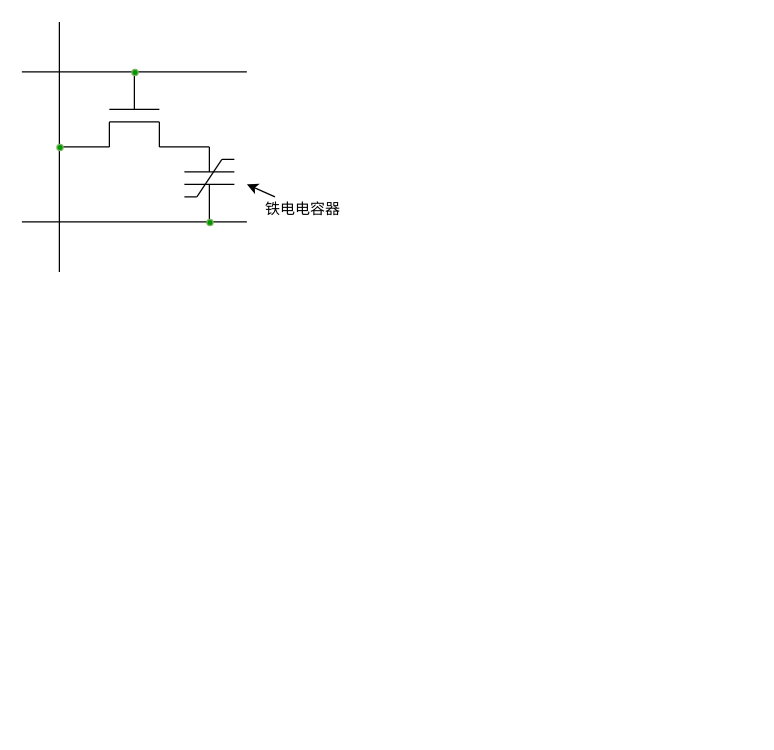
Before: FeRAM.drawio in jinkailu/picture, a draw.io diagram. Source tidied: cells renumbered, new cells numbered last; positions are measured from the earlier drawing's top-left corner, leaving out a move shared by most shapes. Both pictures are drawn from the tidied source at 125%, with x=0, y=0 at pixel (21, 21).
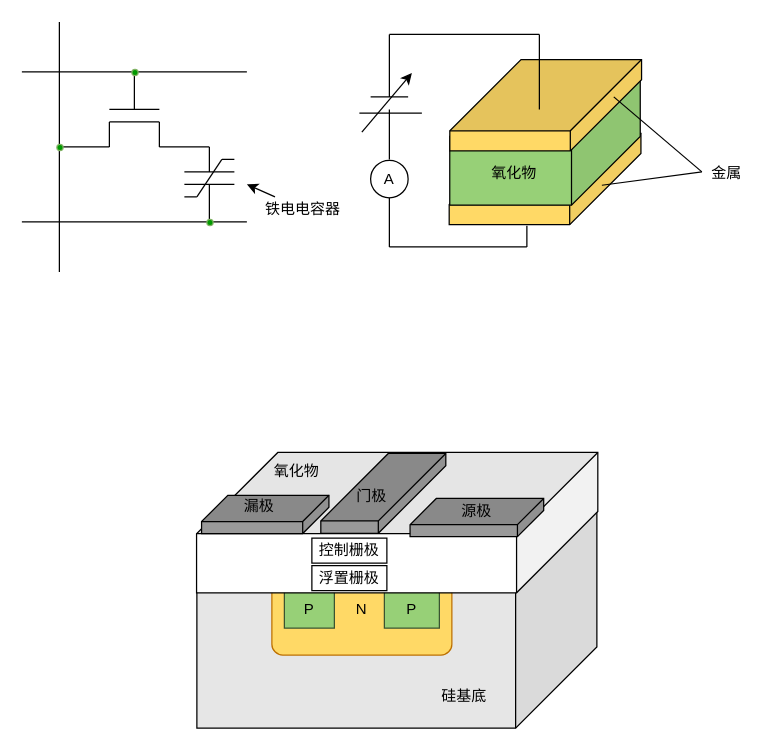
After the change.

Change to the diagram source:
```diff
@@
+    <mxCell id="25" style="group;" parent="1" vertex="1">
+      <mxGeometry x="270" y="10" width="314" height="170" as="geometry" />
+    </mxCell>
+    <mxCell id="26" style="shape=cube;whiteSpace=wrap;html=1;boundedLbl=1;backgroundOutline=1;darkOpacity=0.05;darkOpacity2=0.1;rotation=90;size=57;fillColor=#FFD966;" parent="25" vertex="1">
+      <mxGeometry x="112" y="39" width="73.1" height="153.4" as="geometry" />
+    </mxCell>
+    <mxCell id="27" style="shape=cube;whiteSpace=wrap;html=1;boundedLbl=1;backgroundOutline=1;darkOpacity=0.05;darkOpacity2=0.1;rotation=90;size=55;fillColor=#97D077;" parent="25" vertex="1">
+      <mxGeometry x="93.5" y="5.5" width="110" height="152.4" as="geometry" />
+    </mxCell>
+    <mxCell id="28" style="shape=cube;whiteSpace=wrap;html=1;boundedLbl=1;backgroundOutline=1;darkOpacity=0.05;darkOpacity2=0.1;rotation=90;size=57;fillColor=#FFD966;" parent="25" vertex="1">
+      <mxGeometry x="112.5" y="-20" width="73.1" height="153.4" as="geometry" />
+    </mxCell>
+    <mxCell id="29" style="endArrow=none;html=1;" parent="25" edge="1">
+      <mxGeometry relative="1" as="geometry">
+        <mxPoint x="144" y="60" as="sourcePoint" />
+        <mxPoint x="144" as="targetPoint" />
+      </mxGeometry>
+    </mxCell>
+    <mxCell id="30" style="endArrow=none;html=1;" parent="25" edge="1">
+      <mxGeometry relative="1" as="geometry">
+        <mxPoint x="24" as="sourcePoint" />
+        <mxPoint x="144" as="targetPoint" />
+      </mxGeometry>
+    </mxCell>
+    <mxCell id="31" style="endArrow=none;html=1;" parent="25" edge="1">
+      <mxGeometry relative="1" as="geometry">
+        <mxPoint x="9" y="50" as="sourcePoint" />
+        <mxPoint x="39" y="50" as="targetPoint" />
+      </mxGeometry>
+    </mxCell>
+    <mxCell id="32" style="endArrow=none;html=1;" parent="25" edge="1">
+      <mxGeometry relative="1" as="geometry">
+        <mxPoint x="24" y="50" as="sourcePoint" />
+        <mxPoint x="24" as="targetPoint" />
+      </mxGeometry>
+    </mxCell>
+    <mxCell id="33" style="endArrow=none;html=1;" parent="25" edge="1">
+      <mxGeometry relative="1" as="geometry">
+        <mxPoint y="63" as="sourcePoint" />
+        <mxPoint x="50" y="63" as="targetPoint" />
+      </mxGeometry>
+    </mxCell>
+    <mxCell id="34" style="endArrow=classic;html=1;" parent="25" edge="1">
+      <mxGeometry relative="1" as="geometry">
+        <mxPoint x="2" y="78.2" as="sourcePoint" />
+        <mxPoint x="42" y="31" as="targetPoint" />
+      </mxGeometry>
+    </mxCell>
+    <mxCell id="35" style="endArrow=none;html=1;" parent="25" edge="1">
+      <mxGeometry relative="1" as="geometry">
+        <mxPoint x="24" y="100" as="sourcePoint" />
+        <mxPoint x="24" y="60" as="targetPoint" />
+      </mxGeometry>
+    </mxCell>
+    <mxCell id="36" value="A" style="ellipse;whiteSpace=wrap;html=1;" parent="25" vertex="1">
+      <mxGeometry x="9" y="100.7" width="30" height="30" as="geometry" />
+    </mxCell>
+    <mxCell id="37" style="endArrow=none;html=1;entryX=0.5;entryY=1;entryDx=0;entryDy=0;" parent="25" edge="1" target="36">
+      <mxGeometry relative="1" as="geometry">
+        <mxPoint x="24" y="170" as="sourcePoint" />
+      </mxGeometry>
+    </mxCell>
+    <mxCell id="38" style="endArrow=none;html=1;" parent="25" edge="1">
+      <mxGeometry relative="1" as="geometry">
+        <mxPoint x="24" y="170" as="sourcePoint" />
+        <mxPoint x="134" y="170" as="targetPoint" />
+      </mxGeometry>
+    </mxCell>
+    <mxCell id="39" style="endArrow=none;html=1;" parent="25" edge="1">
+      <mxGeometry relative="1" as="geometry">
+        <mxPoint x="134" y="153" as="sourcePoint" />
+        <mxPoint x="134" y="170" as="targetPoint" />
+      </mxGeometry>
+    </mxCell>
+    <mxCell id="40" value="氧化物" style="text;html=1;strokeColor=none;fillColor=none;align=center;verticalAlign=middle;whiteSpace=wrap;rounded=0;" parent="25" vertex="1">
+      <mxGeometry x="104" y="100.7" width="40" height="20" as="geometry" />
+    </mxCell>
+    <mxCell id="41" style="endArrow=none;html=1;" parent="25" edge="1">
+      <mxGeometry relative="1" as="geometry">
+        <mxPoint x="203.5" y="50" as="sourcePoint" />
+        <mxPoint x="274" y="110" as="targetPoint" />
+      </mxGeometry>
+    </mxCell>
+    <mxCell id="42" style="endArrow=none;html=1;" parent="25" edge="1">
+      <mxGeometry relative="1" as="geometry">
+        <mxPoint x="194" y="120.7" as="sourcePoint" />
+        <mxPoint x="274" y="110" as="targetPoint" />
+      </mxGeometry>
+    </mxCell>
+    <mxCell id="43" value="金属" style="text;html=1;strokeColor=none;fillColor=none;align=center;verticalAlign=middle;whiteSpace=wrap;rounded=0;" parent="25" vertex="1">
+      <mxGeometry x="274" y="100.7" width="40" height="20" as="geometry" />
+    </mxCell>
+    <mxCell id="44" style="shape=cube;whiteSpace=wrap;html=1;boundedLbl=1;backgroundOutline=1;darkOpacity=0.05;darkOpacity2=0.1;rotation=90;size=65;fillColor=#E6E6E6;" parent="1" vertex="1">
+      <mxGeometry x="212.5" y="317.5" width="175" height="320" as="geometry" />
+    </mxCell>
+    <mxCell id="45" value="硅基底" style="text;html=1;strokeColor=none;fillColor=none;align=center;verticalAlign=middle;whiteSpace=wrap;rounded=0;" parent="1" vertex="1">
+      <mxGeometry x="334" y="530" width="40" height="20" as="geometry" />
+    </mxCell>
+    <mxCell id="46" style="rounded=1;whiteSpace=wrap;html=1;strokeColor=#BD7000;fontColor=#000000;fillColor=#FFD966;" parent="1" vertex="1">
+      <mxGeometry x="200" y="448.5" width="144" height="58" as="geometry" />
+    </mxCell>
+    <mxCell id="47" value="&lt;font color=&quot;#000000&quot;&gt;P&lt;/font&gt;" style="rounded=0;whiteSpace=wrap;html=1;strokeColor=#3A5431;fontColor=#ffffff;fillColor=#97D077;" parent="1" vertex="1">
+      <mxGeometry x="210" y="455" width="40" height="30" as="geometry" />
+    </mxCell>
+    <mxCell id="48" value="&lt;font color=&quot;#000000&quot;&gt;P&lt;/font&gt;" style="rounded=0;whiteSpace=wrap;html=1;strokeColor=#3A5431;fontColor=#ffffff;fillColor=#97D077;" parent="1" vertex="1">
+      <mxGeometry x="290" y="455" width="44" height="30" as="geometry" />
+    </mxCell>
+    <mxCell id="49" value="N" style="text;html=1;strokeColor=none;fillColor=none;align=center;verticalAlign=middle;whiteSpace=wrap;rounded=0;" parent="1" vertex="1">
+      <mxGeometry x="252" y="460" width="40" height="20" as="geometry" />
+    </mxCell>
+    <mxCell id="50" style="shape=cube;whiteSpace=wrap;html=1;boundedLbl=1;backgroundOutline=1;darkOpacity=0.05;darkOpacity2=0.1;rotation=90;size=65;fillColor=#FFFFFF;" parent="1" vertex="1">
+      <mxGeometry x="244.1" y="240.1" width="112.3" height="321" as="geometry" />
+    </mxCell>
+    <mxCell id="51" value="氧化物" style="text;html=1;strokeColor=none;fillColor=none;align=center;verticalAlign=middle;whiteSpace=wrap;rounded=0;" parent="1" vertex="1">
+      <mxGeometry x="200" y="350" width="40" height="20" as="geometry" />
+    </mxCell>
+    <mxCell id="52" value="控制栅极" style="rounded=0;whiteSpace=wrap;html=1;fillColor=#FFFFFF;" parent="1" vertex="1">
+      <mxGeometry x="232" y="413" width="60" height="20" as="geometry" />
+    </mxCell>
+    <mxCell id="53" value="浮置栅极" style="rounded=0;whiteSpace=wrap;html=1;fillColor=#FFFFFF;" parent="1" vertex="1">
+      <mxGeometry x="232" y="435" width="60" height="20" as="geometry" />
+    </mxCell>
+    <mxCell id="54" style="shape=cube;whiteSpace=wrap;html=1;boundedLbl=1;backgroundOutline=1;darkOpacity=0.05;darkOpacity2=0.1;fillColor=#999999;rotation=90;size=21;" parent="1" vertex="1">
+      <mxGeometry x="348.7" y="343.1" width="30.6" height="106.9" as="geometry" />
+    </mxCell>
+    <mxCell id="55" value="源极" style="text;html=1;strokeColor=none;fillColor=none;align=center;verticalAlign=middle;whiteSpace=wrap;rounded=0;" parent="1" vertex="1">
+      <mxGeometry x="344" y="381.9" width="40" height="20" as="geometry" />
+    </mxCell>
+    <mxCell id="56" style="shape=cube;whiteSpace=wrap;html=1;boundedLbl=1;backgroundOutline=1;darkOpacity=0.05;darkOpacity2=0.1;fillColor=#999999;rotation=90;size=21;" parent="1" vertex="1">
+      <mxGeometry x="179.4" y="343.1" width="30.6" height="101.9" as="geometry" />
+    </mxCell>
+    <mxCell id="57" value="漏极" style="text;html=1;strokeColor=none;fillColor=none;align=center;verticalAlign=middle;whiteSpace=wrap;rounded=0;" parent="1" vertex="1">
+      <mxGeometry x="170" y="378.1" width="40" height="20" as="geometry" />
+    </mxCell>
+    <mxCell id="58" style="shape=cube;whiteSpace=wrap;html=1;boundedLbl=1;backgroundOutline=1;darkOpacity=0.05;darkOpacity2=0.1;fillColor=#999999;rotation=90;size=54;" parent="1" vertex="1">
+      <mxGeometry x="257.2" y="327.2" width="63.9" height="100" as="geometry" />
+    </mxCell>
+    <mxCell id="59" value="门极" style="text;html=1;strokeColor=none;fillColor=none;align=center;verticalAlign=middle;whiteSpace=wrap;rounded=0;" parent="1" vertex="1">
+      <mxGeometry x="260" y="370" width="40" height="20" as="geometry" />
+    </mxCell>
```
